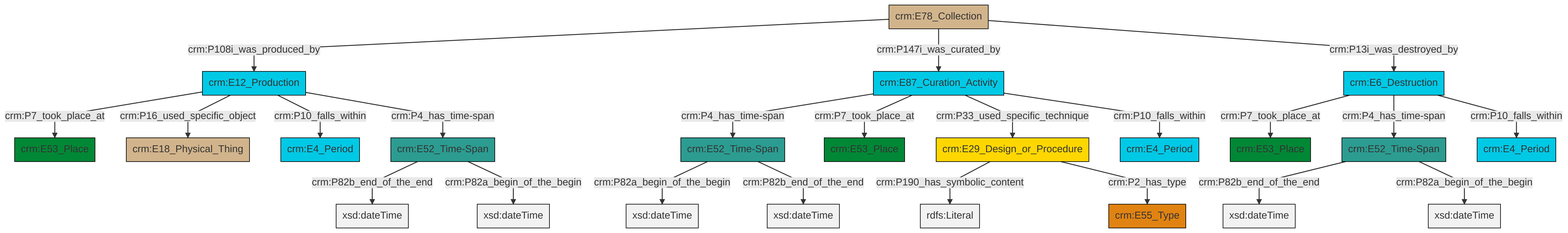
Earlier version of the Mermaid export et/archivalCSV/ttl/mmd/png/archival_existence.png (swiss-art-research-net/docs.swissartresearch). Its source is kept beside it as et/archivalCSV/ttl/mmd/archival_existence.ttl.mmd.
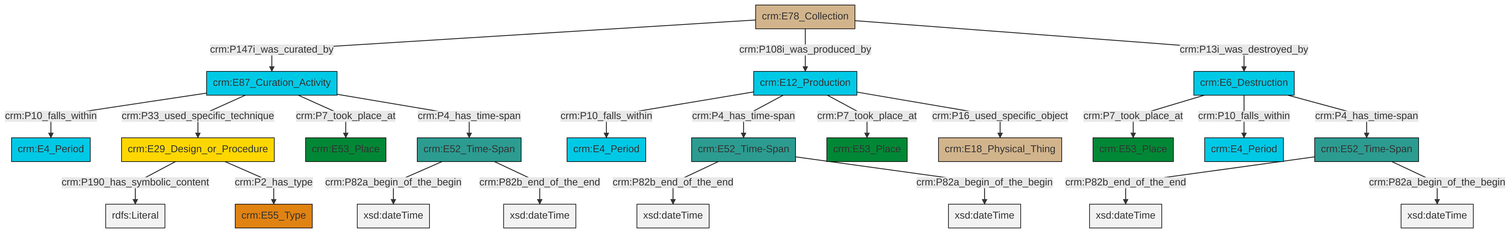
Later version of the same file.

What changed in the source:
```diff
@@ -13,25 +13,25 @@
 classDef PC_Classes fill:#4ce600, stroke:#000000;
 classDef Multi fill:#cccccc,stroke:#000000;
 
-2["crm:E12_Production"]:::Temporal_Entity -->|crm:P7_took_place_at| 3["crm:E53_Place"]:::Place
-6["crm:E87_Curation_Activity"]:::Temporal_Entity -->|crm:P4_has_time-span| 4["crm:E52_Time-Span"]:::Time-Span
-8["crm:E52_Time-Span"]:::Time-Span -->|crm:P82b_end_of_the_end| 9[xsd:dateTime]:::Literal
-2["crm:E12_Production"]:::Temporal_Entity -->|crm:P16_used_specific_object| 10["crm:E18_Physical_Thing"]:::Physical_Thing
-0["crm:E29_Design_or_Procedure"]:::Conceptual_Object -->|crm:P190_has_symbolic_content| 11[rdfs:Literal]:::Literal
-8["crm:E52_Time-Span"]:::Time-Span -->|crm:P82a_begin_of_the_begin| 12[xsd:dateTime]:::Literal
-17["crm:E78_Collection"]:::Physical_Thing -->|crm:P108i_was_produced_by| 2["crm:E12_Production"]:::Temporal_Entity
-6["crm:E87_Curation_Activity"]:::Temporal_Entity -->|crm:P7_took_place_at| 21["crm:E53_Place"]:::Place
-6["crm:E87_Curation_Activity"]:::Temporal_Entity -->|crm:P33_used_specific_technique| 0["crm:E29_Design_or_Procedure"]:::Conceptual_Object
-0["crm:E29_Design_or_Procedure"]:::Conceptual_Object -->|crm:P2_has_type| 13["crm:E55_Type"]:::Type
-24["crm:E6_Destruction"]:::Temporal_Entity -->|crm:P7_took_place_at| 22["crm:E53_Place"]:::Place
-4["crm:E52_Time-Span"]:::Time-Span -->|crm:P82a_begin_of_the_begin| 26[xsd:dateTime]:::Literal
-19["crm:E52_Time-Span"]:::Time-Span -->|crm:P82b_end_of_the_end| 27[xsd:dateTime]:::Literal
-6["crm:E87_Curation_Activity"]:::Temporal_Entity -->|crm:P10_falls_within| 15["crm:E4_Period"]:::Temporal_Entity
-2["crm:E12_Production"]:::Temporal_Entity -->|crm:P10_falls_within| 33["crm:E4_Period"]:::Temporal_Entity
-2["crm:E12_Production"]:::Temporal_Entity -->|crm:P4_has_time-span| 19["crm:E52_Time-Span"]:::Time-Span
-17["crm:E78_Collection"]:::Physical_Thing -->|crm:P147i_was_curated_by| 6["crm:E87_Curation_Activity"]:::Temporal_Entity
-4["crm:E52_Time-Span"]:::Time-Span -->|crm:P82b_end_of_the_end| 37[xsd:dateTime]:::Literal
-19["crm:E52_Time-Span"]:::Time-Span -->|crm:P82a_begin_of_the_begin| 38[xsd:dateTime]:::Literal
-17["crm:E78_Collection"]:::Physical_Thing -->|crm:P13i_was_destroyed_by| 24["crm:E6_Destruction"]:::Temporal_Entity
-24["crm:E6_Destruction"]:::Temporal_Entity -->|crm:P4_has_time-span| 8["crm:E52_Time-Span"]:::Time-Span
-24["crm:E6_Destruction"]:::Temporal_Entity -->|crm:P10_falls_within| 31["crm:E4_Period"]:::Temporal_Entity
+0["crm:E6_Destruction"]:::Temporal_Entity -->|crm:P7_took_place_at| 1["crm:E53_Place"]:::Place
+6["crm:E78_Collection"]:::Physical_Thing -->|crm:P147i_was_curated_by| 7["crm:E87_Curation_Activity"]:::Temporal_Entity
+10["crm:E52_Time-Span"]:::Time-Span -->|crm:P82b_end_of_the_end| 11[xsd:dateTime]:::Literal
+10["crm:E52_Time-Span"]:::Time-Span -->|crm:P82a_begin_of_the_begin| 12[xsd:dateTime]:::Literal
+14["crm:E12_Production"]:::Temporal_Entity -->|crm:P10_falls_within| 8["crm:E4_Period"]:::Temporal_Entity
+16["crm:E29_Design_or_Procedure"]:::Conceptual_Object -->|crm:P190_has_symbolic_content| 17[rdfs:Literal]:::Literal
+7["crm:E87_Curation_Activity"]:::Temporal_Entity -->|crm:P10_falls_within| 18["crm:E4_Period"]:::Temporal_Entity
+7["crm:E87_Curation_Activity"]:::Temporal_Entity -->|crm:P33_used_specific_technique| 16["crm:E29_Design_or_Procedure"]:::Conceptual_Object
+19["crm:E52_Time-Span"]:::Time-Span -->|crm:P82b_end_of_the_end| 20[xsd:dateTime]:::Literal
+6["crm:E78_Collection"]:::Physical_Thing -->|crm:P108i_was_produced_by| 14["crm:E12_Production"]:::Temporal_Entity
+16["crm:E29_Design_or_Procedure"]:::Conceptual_Object -->|crm:P2_has_type| 26["crm:E55_Type"]:::Type
+0["crm:E6_Destruction"]:::Temporal_Entity -->|crm:P10_falls_within| 4["crm:E4_Period"]:::Temporal_Entity
+14["crm:E12_Production"]:::Temporal_Entity -->|crm:P4_has_time-span| 10["crm:E52_Time-Span"]:::Time-Span
+21["crm:E52_Time-Span"]:::Time-Span -->|crm:P82a_begin_of_the_begin| 28[xsd:dateTime]:::Literal
+21["crm:E52_Time-Span"]:::Time-Span -->|crm:P82b_end_of_the_end| 30[xsd:dateTime]:::Literal
+14["crm:E12_Production"]:::Temporal_Entity -->|crm:P7_took_place_at| 32["crm:E53_Place"]:::Place
+7["crm:E87_Curation_Activity"]:::Temporal_Entity -->|crm:P7_took_place_at| 2["crm:E53_Place"]:::Place
+7["crm:E87_Curation_Activity"]:::Temporal_Entity -->|crm:P4_has_time-span| 21["crm:E52_Time-Span"]:::Time-Span
+6["crm:E78_Collection"]:::Physical_Thing -->|crm:P13i_was_destroyed_by| 0["crm:E6_Destruction"]:::Temporal_Entity
+19["crm:E52_Time-Span"]:::Time-Span -->|crm:P82a_begin_of_the_begin| 35[xsd:dateTime]:::Literal
+14["crm:E12_Production"]:::Temporal_Entity -->|crm:P16_used_specific_object| 24["crm:E18_Physical_Thing"]:::Physical_Thing
+0["crm:E6_Destruction"]:::Temporal_Entity -->|crm:P4_has_time-span| 19["crm:E52_Time-Span"]:::Time-Span
```
